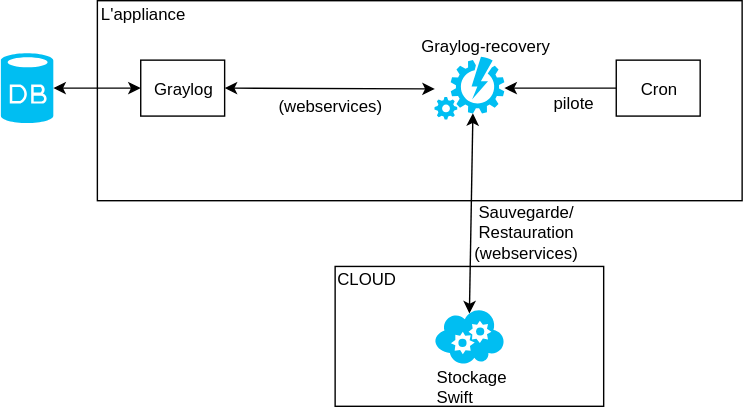
Earlier version of the draw.io export Docs/sauvegarde-restauration.svg (139bercy/cloud-appliance-observability). Source tidied: cells renumbered, new cells last; positions are measured from the earlier drawing's top-left corner, leaving out a move shared by most shapes. Source of this version:
```xml
<mxGraphModel>
  <root>
    <mxCell id="0" />
    <mxCell id="1" parent="0" />
    <mxCell id="2" value="L'appliance&lt;br&gt;&lt;br&gt;&amp;nbsp;&lt;br&gt;&amp;nbsp;&lt;br&gt;&lt;br&gt;&lt;br&gt;&lt;br&gt;&lt;br&gt;&lt;br&gt;&lt;br&gt;" style="rounded=0;whiteSpace=wrap;html=1;align=left;" parent="1" vertex="1">
      <mxGeometry x="69" width="461" height="143" as="geometry" />
    </mxCell>
    <mxCell id="3" style="rounded=0;whiteSpace=wrap;html=1;" parent="1" vertex="1">
      <mxGeometry x="239" y="190" width="192" height="100" as="geometry" />
    </mxCell>
    <mxCell id="4" style="verticalLabelPosition=bottom;html=1;verticalAlign=top;align=center;strokeColor=none;fillColor=#00BEF2;shape=mxgraph.azure.database;" parent="1" vertex="1">
      <mxGeometry y="37.5" width="37.5" height="50" as="geometry" />
    </mxCell>
    <mxCell id="5" value="Stockage&lt;br&gt;Swift" style="text;html=1;align=left;verticalAlign=top;spacingTop=-4;" parent="1" vertex="1">
      <mxGeometry x="310" y="260" width="70" height="30" as="geometry" />
    </mxCell>
    <mxCell id="6" style="endArrow=classic;startArrow=classic;html=1;entryX=1;entryY=0.5;entryDx=0;entryDy=0;exitX=0.006;exitY=0.513;exitDx=0;exitDy=0;exitPerimeter=0;" parent="1" edge="1" source="9" target="8">
      <mxGeometry relative="1" as="geometry" />
    </mxCell>
    <mxCell id="7" style="endArrow=classic;startArrow=classic;html=1;exitX=0;exitY=0.5;exitDx=0;exitDy=0;entryX=1;entryY=0.5;entryDx=0;entryDy=0;entryPerimeter=0;" parent="1" edge="1" source="8" target="4">
      <mxGeometry relative="1" as="geometry" />
    </mxCell>
    <mxCell id="8" value="Graylog" style="rounded=0;whiteSpace=wrap;html=1;" parent="1" vertex="1">
      <mxGeometry x="100" y="42.5" width="60" height="40" as="geometry" />
    </mxCell>
    <mxCell id="9" style="verticalLabelPosition=bottom;html=1;verticalAlign=top;align=center;strokeColor=none;fillColor=#00BEF2;shape=mxgraph.azure.automation;" parent="1" vertex="1">
      <mxGeometry x="310" y="40" width="50" height="45" as="geometry" />
    </mxCell>
    <mxCell id="10" style="verticalLabelPosition=bottom;html=1;verticalAlign=top;align=center;strokeColor=none;fillColor=#00BEF2;shape=mxgraph.azure.cloud_service;" parent="1" vertex="1">
      <mxGeometry x="310" y="220" width="50" height="40" as="geometry" />
    </mxCell>
    <mxCell id="11" value="Graylog-recovery" style="text;html=1;align=left;verticalAlign=top;spacingTop=-4;" parent="1" vertex="1">
      <mxGeometry x="299" y="22.5" width="110" height="20" as="geometry" />
    </mxCell>
    <mxCell id="12" style="endArrow=classic;startArrow=classic;html=1;entryX=0.55;entryY=0.9;entryDx=0;entryDy=0;exitX=0.5;exitY=0.09;exitDx=0;exitDy=0;exitPerimeter=0;entryPerimeter=0;" parent="1" edge="1" source="10" target="9">
      <mxGeometry relative="1" as="geometry" />
    </mxCell>
    <mxCell id="13" value="CLOUD" style="text;html=1;align=left;verticalAlign=top;spacingTop=-4;" parent="1" vertex="1">
      <mxGeometry x="239" y="190" width="60" height="20" as="geometry" />
    </mxCell>
    <mxCell id="14" value="(webservices)" style="text;html=1;strokeColor=none;fillColor=none;align=center;verticalAlign=middle;whiteSpace=wrap;rounded=0;" parent="1" vertex="1">
      <mxGeometry x="195" y="65" width="80" height="20" as="geometry" />
    </mxCell>
    <mxCell id="15" value="Sauvegarde/&lt;br&gt;Restauration&lt;br&gt;(webservices)" style="text;html=1;strokeColor=none;fillColor=none;align=center;verticalAlign=middle;whiteSpace=wrap;rounded=0;" parent="1" vertex="1">
      <mxGeometry x="335" y="140" width="80" height="50" as="geometry" />
    </mxCell>
    <mxCell id="16" style="edgeStyle=orthogonalEdgeStyle;rounded=0;jettySize=auto;html=1;" parent="1" edge="1" source="17" target="9">
      <mxGeometry relative="1" as="geometry" />
    </mxCell>
    <mxCell id="17" value="Cron" style="rounded=0;whiteSpace=wrap;html=1;" parent="1" vertex="1">
      <mxGeometry x="440" y="42.5" width="60" height="40" as="geometry" />
    </mxCell>
    <mxCell id="18" value="pilote" style="text;html=1;strokeColor=none;fillColor=none;align=center;verticalAlign=middle;whiteSpace=wrap;rounded=0;" parent="1" vertex="1">
      <mxGeometry x="389" y="62.5" width="40" height="20" as="geometry" />
    </mxCell>
  </root>
</mxGraphModel>
```
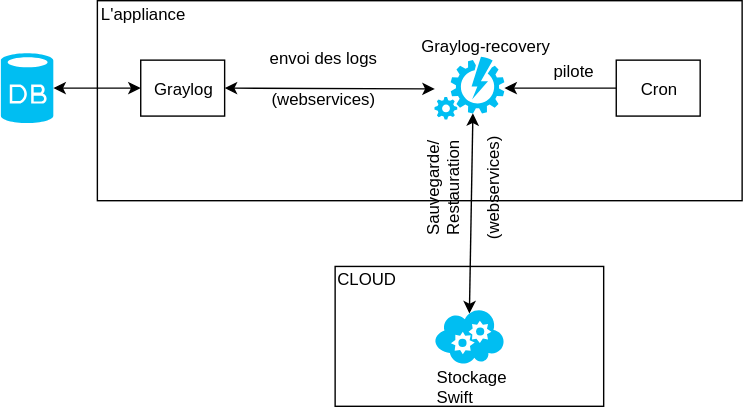
The same file after the commit.

What changed in the source:
```diff
@@ -38,11 +38,11 @@
     <mxCell id="13" value="CLOUD" style="text;html=1;align=left;verticalAlign=top;spacingTop=-4;" parent="1" vertex="1">
       <mxGeometry x="239" y="190" width="60" height="20" as="geometry" />
     </mxCell>
-    <mxCell id="14" value="(webservices)" style="text;html=1;strokeColor=none;fillColor=none;align=center;verticalAlign=middle;whiteSpace=wrap;rounded=0;" parent="1" vertex="1">
-      <mxGeometry x="195" y="65" width="80" height="20" as="geometry" />
+    <mxCell id="14" value="envoi des logs&lt;br&gt;&lt;br&gt;(webservices)" style="text;html=1;strokeColor=none;fillColor=none;align=center;verticalAlign=middle;whiteSpace=wrap;rounded=0;" parent="1" vertex="1">
+      <mxGeometry x="175" y="30" width="110" height="50" as="geometry" />
     </mxCell>
-    <mxCell id="15" value="Sauvegarde/&lt;br&gt;Restauration&lt;br&gt;(webservices)" style="text;html=1;strokeColor=none;fillColor=none;align=center;verticalAlign=middle;whiteSpace=wrap;rounded=0;" parent="1" vertex="1">
-      <mxGeometry x="335" y="140" width="80" height="50" as="geometry" />
+    <mxCell id="15" value="Sauvegarde/&lt;br&gt;Restauration&lt;br&gt;&lt;br&gt;(webservices)" style="text;html=1;strokeColor=none;fillColor=none;align=center;verticalAlign=middle;whiteSpace=wrap;rounded=0;rotation=-90;" parent="1" vertex="1">
+      <mxGeometry x="290" y="110" width="80" height="50" as="geometry" />
     </mxCell>
     <mxCell id="16" style="edgeStyle=orthogonalEdgeStyle;rounded=0;jettySize=auto;html=1;" parent="1" edge="1" source="17" target="9">
       <mxGeometry relative="1" as="geometry" />
@@ -51,7 +51,7 @@
       <mxGeometry x="440" y="42.5" width="60" height="40" as="geometry" />
     </mxCell>
     <mxCell id="18" value="pilote" style="text;html=1;strokeColor=none;fillColor=none;align=center;verticalAlign=middle;whiteSpace=wrap;rounded=0;" parent="1" vertex="1">
-      <mxGeometry x="389" y="62.5" width="40" height="20" as="geometry" />
+      <mxGeometry x="389" y="40" width="40" height="20" as="geometry" />
     </mxCell>
   </root>
 </mxGraphModel>
```
